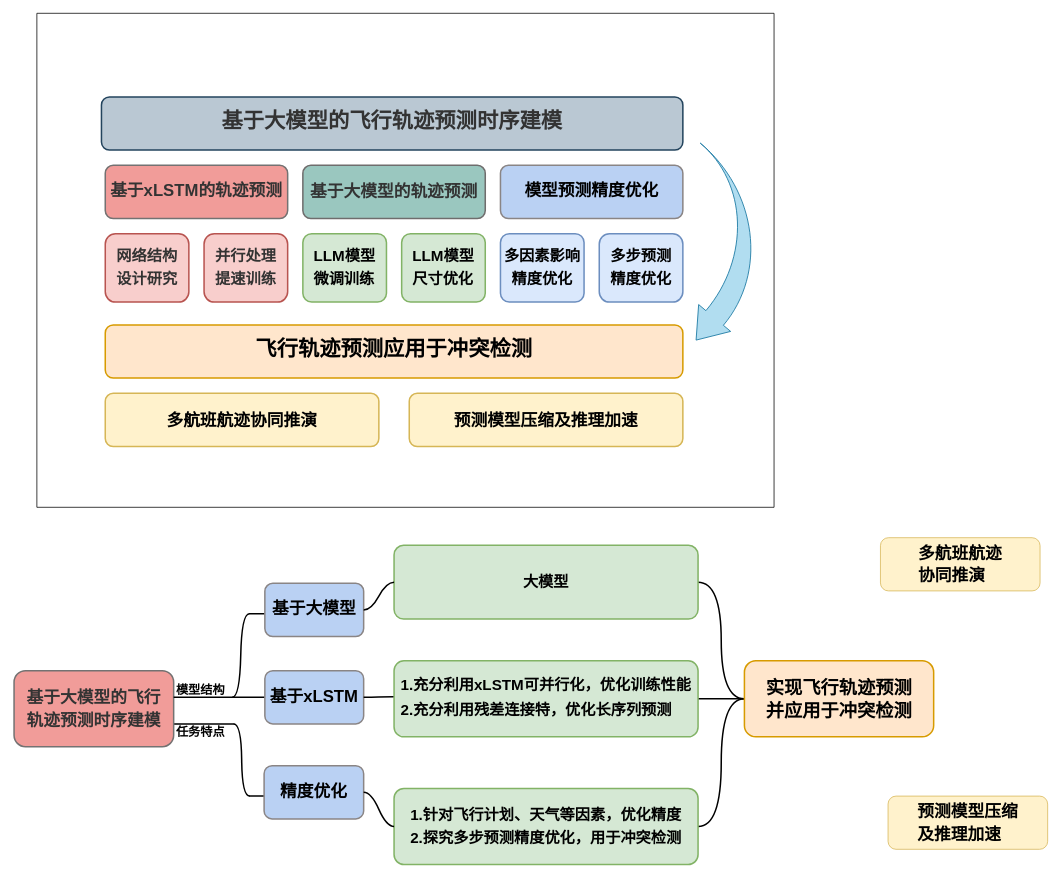
This is 未命名绘图.drawio from MMMayongtian/myDraw, a draw.io file, before an edit. Source tidied: cells renumbered, new cells numbered last; positions are measured from the earlier drawing's top-left corner, leaving out a move shared by most shapes. Both pictures are drawn from the tidied source at 76%, with x=0, y=0 at pixel (14, 13).
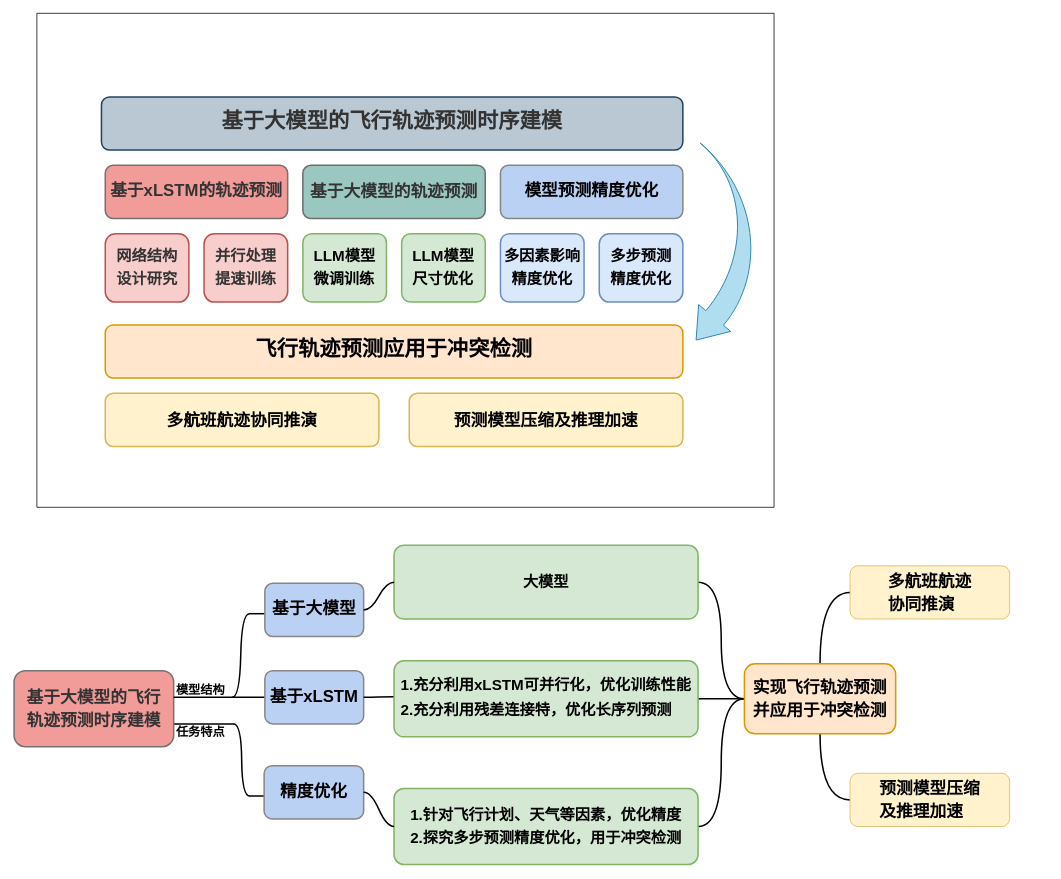
After the change.

Commit message (it also covers changes not shown here):
更新未命名绘图.drawio

What changed in the source:
```diff
@@
+    <mxCell id="41" style="edgeStyle=orthogonalEdgeStyle;rounded=0;jettySize=auto;html=1;exitX=0.5;exitY=0;exitDx=0;exitDy=0;entryX=0;entryY=0.5;entryDx=0;entryDy=0;fontFamily=Helvetica;fontSize=12;fontColor=default;curved=1;endArrow=none;endFill=0;strokeWidth=2;" parent="1" edge="1" source="25" target="26">
+      <mxGeometry relative="1" as="geometry" />
+    </mxCell>
+    <mxCell id="42" style="edgeStyle=orthogonalEdgeStyle;rounded=0;jettySize=auto;html=1;exitX=0.5;exitY=1;exitDx=0;exitDy=0;entryX=0;entryY=0.5;entryDx=0;entryDy=0;fontFamily=Helvetica;fontSize=12;fontColor=default;curved=1;strokeWidth=2;endArrow=none;endFill=0;" parent="1" edge="1" source="25" target="40">
+      <mxGeometry relative="1" as="geometry" />
+    </mxCell>
-    <mxCell id="25" value="&lt;div style=&quot;font-size: medium; text-align: start;&quot;&gt;&lt;/div&gt;&lt;div style=&quot;text-align: start; font-size: 24px;&quot; class=&quot;document&quot;&gt;&lt;div style=&quot;&quot; class=&quot;section&quot;&gt;&lt;p style=&quot;margin: 0pt; text-align: justify; line-height: 22pt;&quot; class=&quot;paragraph text-align-type-justify&quot;&gt;&lt;span style=&quot;font-weight: bold; letter-spacing: 0pt; vertical-align: baseline;&quot;&gt;&lt;font face=&quot;Helvetica&quot; style=&quot;font-size: 24px;&quot;&gt;实现飞行轨迹预测&lt;/font&gt;&lt;/span&gt;&lt;/p&gt;&lt;p style=&quot;margin: 0pt; text-align: justify; line-height: 22pt;&quot; class=&quot;paragraph text-align-type-justify&quot;&gt;&lt;span style=&quot;font-weight: bold; letter-spacing: 0pt; vertical-align: baseline;&quot;&gt;&lt;font face=&quot;BEztwHdYN5v9dBbuW6-Z&quot; style=&quot;font-size: 24px;&quot;&gt;并应用于冲突检测&lt;/font&gt;&lt;/span&gt;&lt;/p&gt;&lt;/div&gt;&lt;/div&gt;" style="rounded=1;whiteSpace=wrap;html=1;fillColor=#ffe6cc;strokeColor=#d79b00;strokeWidth=2;" parent="1" vertex="1">
-      <mxGeometry x="961" y="852" width="249" height="100" as="geometry" />
+    <mxCell id="25" value="&lt;div style=&quot;font-size: medium; text-align: start;&quot;&gt;&lt;/div&gt;&lt;div style=&quot;text-align: start; font-size: 22px;&quot; class=&quot;document&quot;&gt;&lt;div style=&quot;&quot; class=&quot;section&quot;&gt;&lt;p style=&quot;margin: 0pt; text-align: justify; line-height: 22pt;&quot; class=&quot;paragraph text-align-type-justify&quot;&gt;&lt;span style=&quot;font-weight: bold; letter-spacing: 0pt; vertical-align: baseline;&quot;&gt;&lt;font face=&quot;Helvetica&quot; style=&quot;font-size: 22px;&quot;&gt;实现飞行轨迹预测&lt;/font&gt;&lt;/span&gt;&lt;/p&gt;&lt;p style=&quot;margin: 0pt; text-align: justify; line-height: 22pt;&quot; class=&quot;paragraph text-align-type-justify&quot;&gt;&lt;span style=&quot;font-weight: bold; letter-spacing: 0pt; vertical-align: baseline;&quot;&gt;&lt;font face=&quot;BEztwHdYN5v9dBbuW6-Z&quot; style=&quot;font-size: 22px;&quot;&gt;并应用于冲突检测&lt;/font&gt;&lt;/span&gt;&lt;/p&gt;&lt;/div&gt;&lt;/div&gt;" style="rounded=1;whiteSpace=wrap;html=1;fillColor=#ffe6cc;strokeColor=#d79b00;strokeWidth=2;" parent="1" vertex="1">
+      <mxGeometry x="961" y="856" width="199" height="92" as="geometry" />
     </mxCell>
     <mxCell id="26" value="&lt;div style=&quot;font-size: medium; text-align: start;&quot;&gt;&lt;/div&gt;&lt;div style=&quot;text-align: start;&quot; class=&quot;document&quot;&gt;&lt;div style=&quot;font-size: 22px;&quot; class=&quot;section&quot;&gt;&lt;p style=&quot;margin: 0pt; text-align: justify; line-height: 22pt;&quot; class=&quot;paragraph text-align-type-justify&quot;&gt;&lt;span style=&quot;letter-spacing: 0pt; font-weight: bold; vertical-align: baseline;&quot;&gt;多航班航迹&lt;/span&gt;&lt;/p&gt;&lt;p style=&quot;margin: 0pt; text-align: justify; line-height: 22pt;&quot; class=&quot;paragraph text-align-type-justify&quot;&gt;&lt;span style=&quot;letter-spacing: 0pt; background-color: initial; font-weight: bold;&quot;&gt;协同推演&lt;/span&gt;&lt;br&gt;&lt;/p&gt;&lt;/div&gt;&lt;/div&gt;" style="rounded=1;whiteSpace=wrap;html=1;fillColor=#fff2cc;strokeColor=#d6b656;" parent="1" vertex="1">
-      <mxGeometry x="1140" y="690" width="210" height="70" as="geometry" />
+      <mxGeometry x="1100" y="727" width="210" height="70" as="geometry" />
     </mxCell>
     <mxCell id="27" style="whiteSpace=wrap;html=1;shape=partialRectangle;top=0;left=0;bottom=1;right=0;fillColor=none;align=center;verticalAlign=bottom;routingCenterY=0.5;newEdgeStyle={&quot;edgeStyle&quot;:&quot;entityRelationEdgeStyle&quot;,&quot;startArrow&quot;:&quot;none&quot;,&quot;endArrow&quot;:&quot;none&quot;,&quot;segment&quot;:10,&quot;curved&quot;:1,&quot;sourcePerimeterSpacing&quot;:0,&quot;targetPerimeterSpacing&quot;:0};strokeWidth=2;" parent="1" vertex="1">
-      <mxGeometry x="310" y="750" width="50" height="40" as="geometry" />
+      <mxGeometry x="310" y="750" width="20" height="40" as="geometry" />
     </mxCell>
@@
     <mxCell id="40" value="&lt;div style=&quot;font-size: medium; text-align: start;&quot;&gt;&lt;/div&gt;&lt;div style=&quot;text-align: start;&quot; class=&quot;document&quot;&gt;&lt;div style=&quot;font-size: 22px;&quot; class=&quot;section&quot;&gt;&lt;p style=&quot;margin: 0pt; text-align: justify; line-height: 22pt;&quot; class=&quot;paragraph text-align-type-justify&quot;&gt;&lt;font style=&quot;font-size: 22px;&quot; face=&quot;宋体&quot;&gt;&lt;span style=&quot;&quot;&gt;&lt;b&gt;预测模型压缩&lt;/b&gt;&lt;/span&gt;&lt;/font&gt;&lt;/p&gt;&lt;p style=&quot;margin: 0pt; text-align: justify; line-height: 22pt;&quot; class=&quot;paragraph text-align-type-justify&quot;&gt;&lt;b style=&quot;font-family: 宋体; background-color: initial;&quot;&gt;及推理加速&lt;/b&gt;&lt;/p&gt;&lt;/div&gt;&lt;/div&gt;" style="rounded=1;whiteSpace=wrap;html=1;fillColor=#fff2cc;strokeColor=#d6b656;" parent="1" vertex="1">
-      <mxGeometry x="1150" y="1030" width="210" height="70" as="geometry" />
+      <mxGeometry x="1100" y="1000" width="210" height="70" as="geometry" />
     </mxCell>
```
